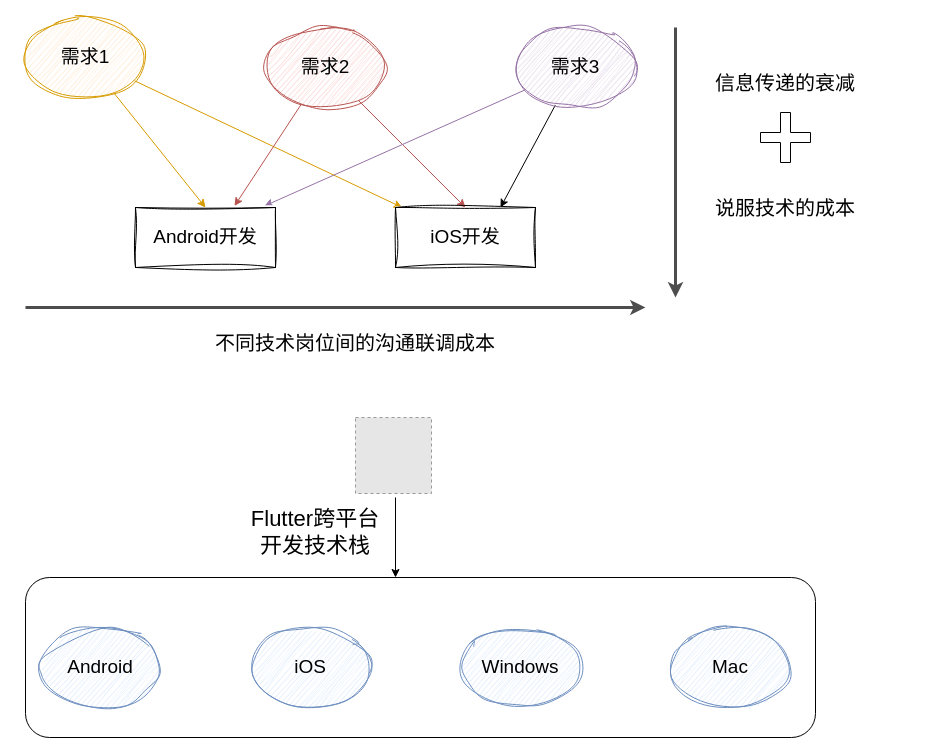
Before: 未命名绘图.drawio in skindhu/AlphaAnimationView, a draw.io diagram. Source tidied: cells renumbered, new cells numbered last; positions are measured from the earlier drawing's top-left corner, leaving out a move shared by most shapes. Both pictures are drawn from the tidied source at 100%, with x=0, y=0 at pixel (25, 17). Pictures stored in the file or linked from it are replaced by grey dashed boxes.
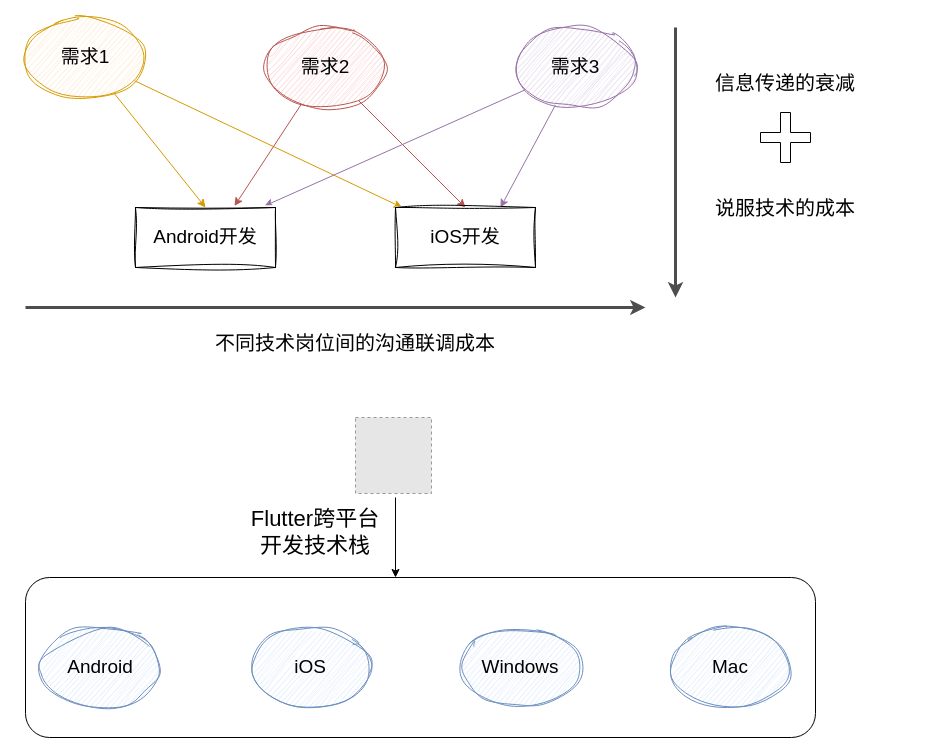
The same diagram, later.

Commit message (it also covers changes not shown here):
更新未命名绘图.drawio

The change refers to these unchanged cells:
```xml
<mxCell id="11" value="&lt;font style=&quot;font-size: 19px;&quot;&gt;需求3&lt;/font&gt;" style="ellipse;whiteSpace=wrap;html=1;fillColor=#e1d5e7;strokeColor=#9673a6;sketch=1;curveFitting=1;jiggle=2;" parent="1" vertex="1">
  <mxGeometry x="490" y="10" width="120" height="80" as="geometry" />
</mxCell>
<mxCell id="13" value="&lt;font style=&quot;font-size: 19px;&quot;&gt;iOS开发&lt;/font&gt;" style="rounded=0;whiteSpace=wrap;html=1;sketch=1;curveFitting=1;jiggle=2;" parent="1" vertex="1">
  <mxGeometry x="370" y="190" width="140" height="60" as="geometry" />
</mxCell>
```

What changed in the source:
```diff
@@
-    <mxCell id="10" style="rounded=0;jettySize=auto;html=1;entryX=0.75;entryY=0;entryDx=0;entryDy=0;" parent="1" edge="1" source="11" target="13">
+    <mxCell id="10" style="rounded=0;jettySize=auto;html=1;entryX=0.75;entryY=0;entryDx=0;entryDy=0;fillColor=#e1d5e7;strokeColor=#9673a6;" parent="1" edge="1" source="11" target="13">
       <mxGeometry relative="1" as="geometry" />
     </mxCell>
```
